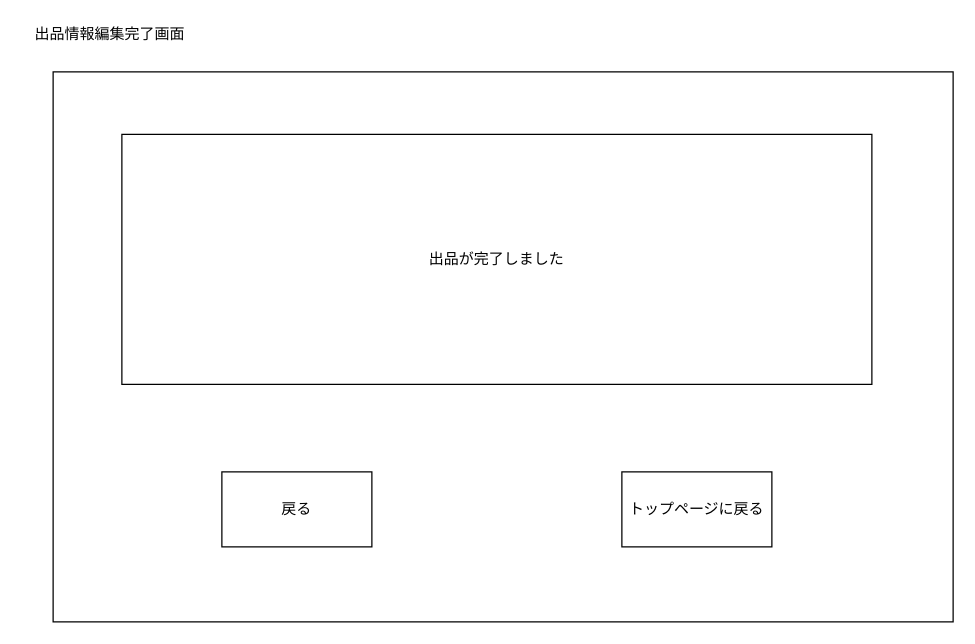
The draw.io diagram レイアウト図/会員画面/出品履歴/出品情報編集完了画面.drawio in 2022java42-student009/ProjectJava, before the edit. Source tidied: cells renumbered, new cells numbered last; positions are measured from the earlier drawing's top-left corner, leaving out a move shared by most shapes. Both pictures are drawn from the tidied source at 125%, with x=0, y=0 at pixel (21, 21).
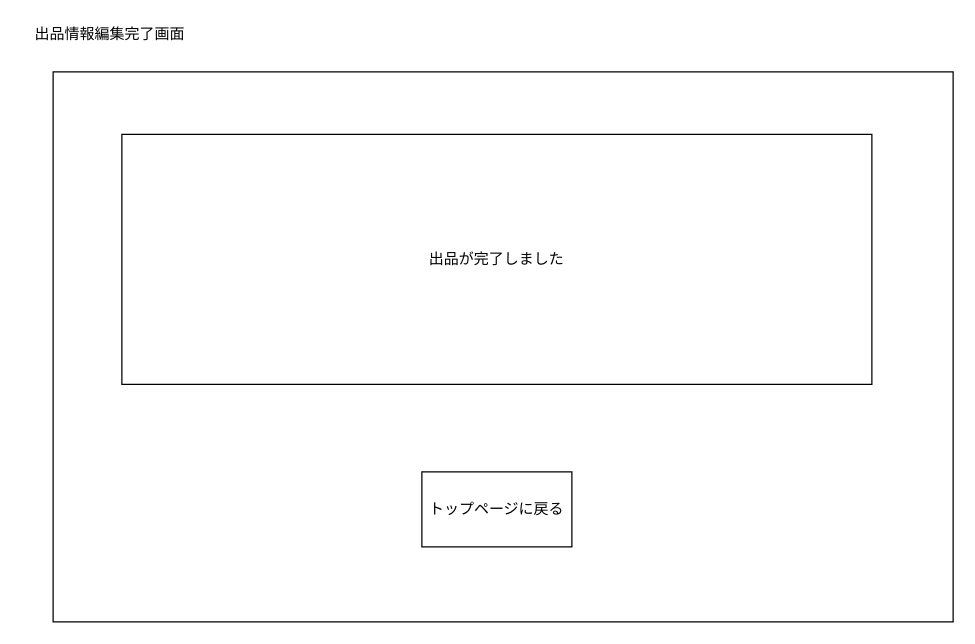
The same diagram, later.

The edit, as a diff of the source:
```diff
@@
 <mxGraphModel>
   <root>
     <mxCell id="0" />
     <mxCell id="1" parent="0" />
     <mxCell id="2" style="rounded=0;whiteSpace=wrap;html=1;" parent="1" vertex="1">
       <mxGeometry x="25" y="40" width="720" height="440" as="geometry" />
     </mxCell>
     <mxCell id="3" value="&lt;span&gt;出品が完了しました&lt;/span&gt;" style="rounded=0;whiteSpace=wrap;html=1;" parent="1" vertex="1">
       <mxGeometry x="80" y="90" width="600" height="200" as="geometry" />
     </mxCell>
     <mxCell id="4" value="&lt;span&gt;出品情報編集完了画面&lt;/span&gt;" style="text;html=1;align=center;verticalAlign=middle;strokeColor=none;fillColor=none;" parent="1" vertex="1">
       <mxGeometry width="140" height="20" as="geometry" />
     </mxCell>
-    <mxCell id="5" value="戻る" style="rounded=0;whiteSpace=wrap;html=1;" parent="1" vertex="1">
-      <mxGeometry x="160" y="360" width="120" height="60" as="geometry" />
-    </mxCell>
     <mxCell id="6" value="トップページに戻る" style="rounded=0;whiteSpace=wrap;html=1;" parent="1" vertex="1">
-      <mxGeometry x="480" y="360" width="120" height="60" as="geometry" />
+      <mxGeometry x="320" y="360" width="120" height="60" as="geometry" />
     </mxCell>
   </root>
 </mxGraphModel>
```
